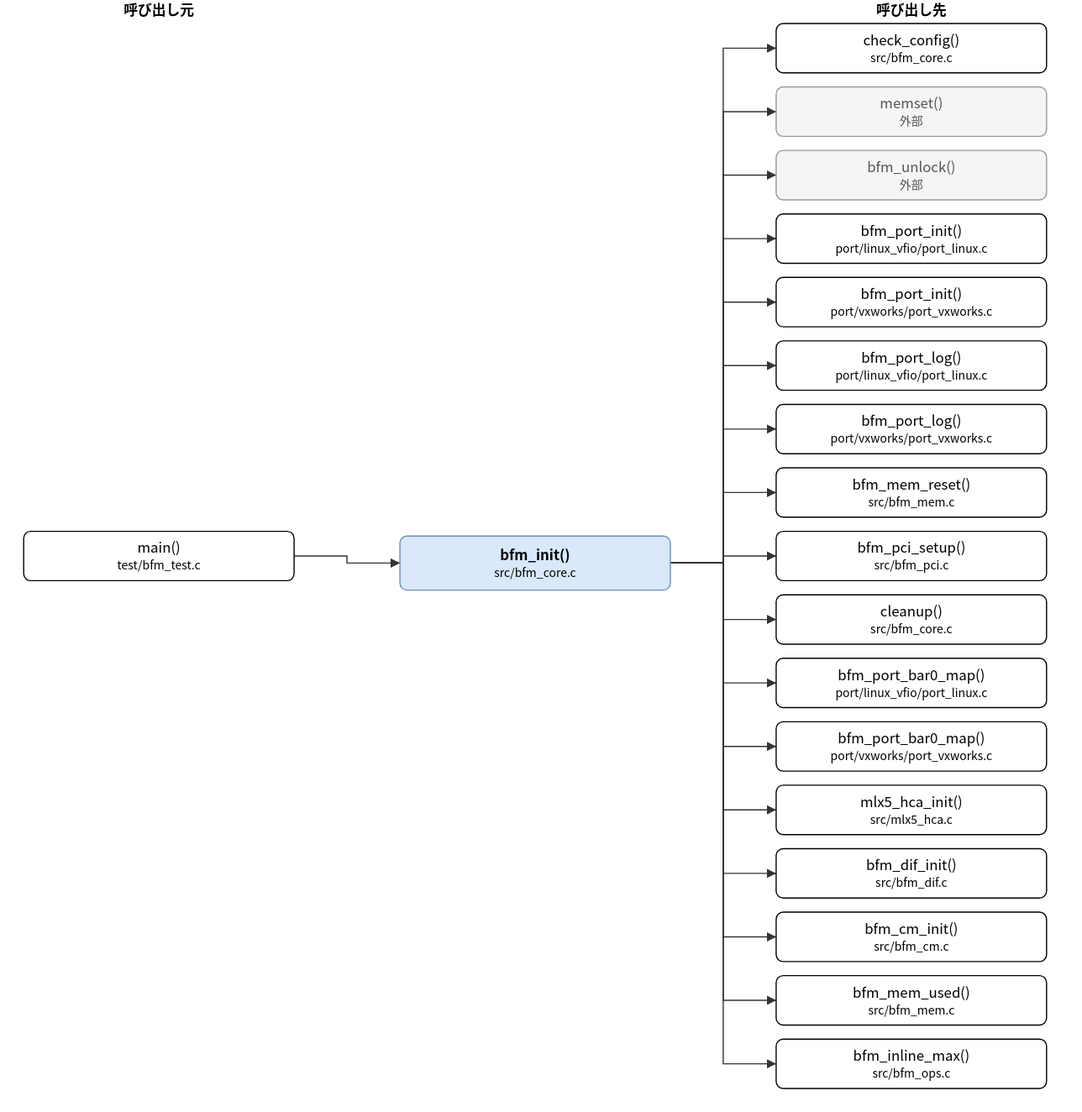
Earlier version of the draw.io export doc/spec/images/call_src_bfm_core-bfm_init.drawio.svg (hf355051012-ai/bfmem). Source tidied: cells renumbered, new cells last; positions are measured from the earlier drawing's top-left corner, leaving out a move shared by most shapes.
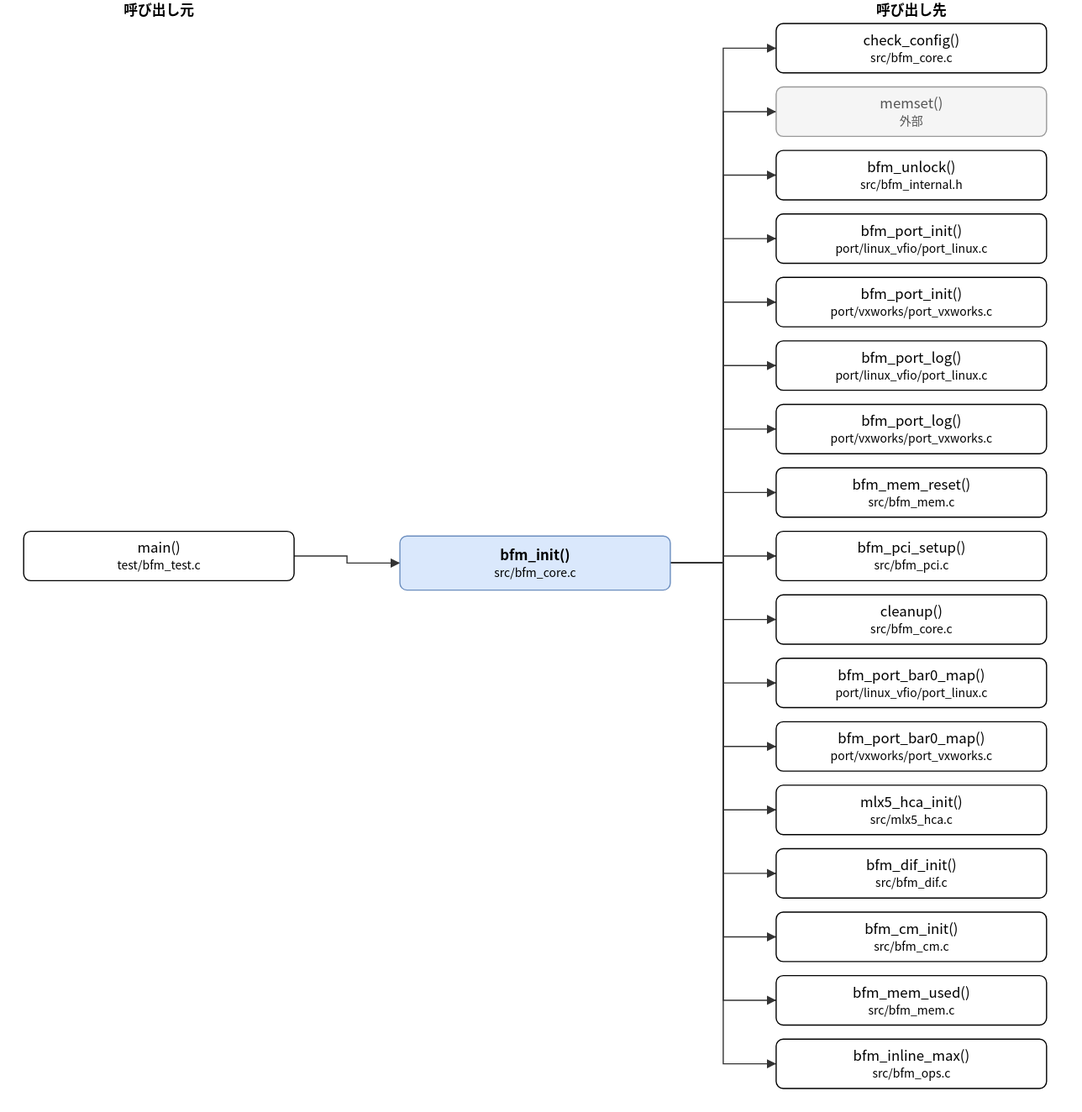
The same file after the commit.

Change to the diagram source:
```diff
@@ -14,7 +14,7 @@
     <mxCell id="5" value="memset()&lt;br&gt;&lt;font style=&quot;font-size:10px&quot;&gt;外部&lt;/font&gt;" style="rounded=1;whiteSpace=wrap;html=1;fillColor=#f5f5f5;strokeColor=#999999;fontColor=#555555;" parent="1" vertex="1">
       <mxGeometry x="640" y="74" width="230" height="42" as="geometry" />
     </mxCell>
-    <mxCell id="6" value="bfm_unlock()&lt;br&gt;&lt;font style=&quot;font-size:10px&quot;&gt;外部&lt;/font&gt;" style="rounded=1;whiteSpace=wrap;html=1;fillColor=#f5f5f5;strokeColor=#999999;fontColor=#555555;" parent="1" vertex="1">
+    <mxCell id="6" value="bfm_unlock()&lt;br&gt;&lt;font style=&quot;font-size:10px&quot;&gt;src/bfm_internal.h&lt;/font&gt;" style="rounded=1;whiteSpace=wrap;html=1;" parent="1" vertex="1">
       <mxGeometry x="640" y="128" width="230" height="42" as="geometry" />
     </mxCell>
     <mxCell id="7" value="bfm_port_init()&lt;br&gt;&lt;font style=&quot;font-size:10px&quot;&gt;port/linux_vfio/port_linux.c&lt;/font&gt;" style="rounded=1;whiteSpace=wrap;html=1;" parent="1" vertex="1">
```
